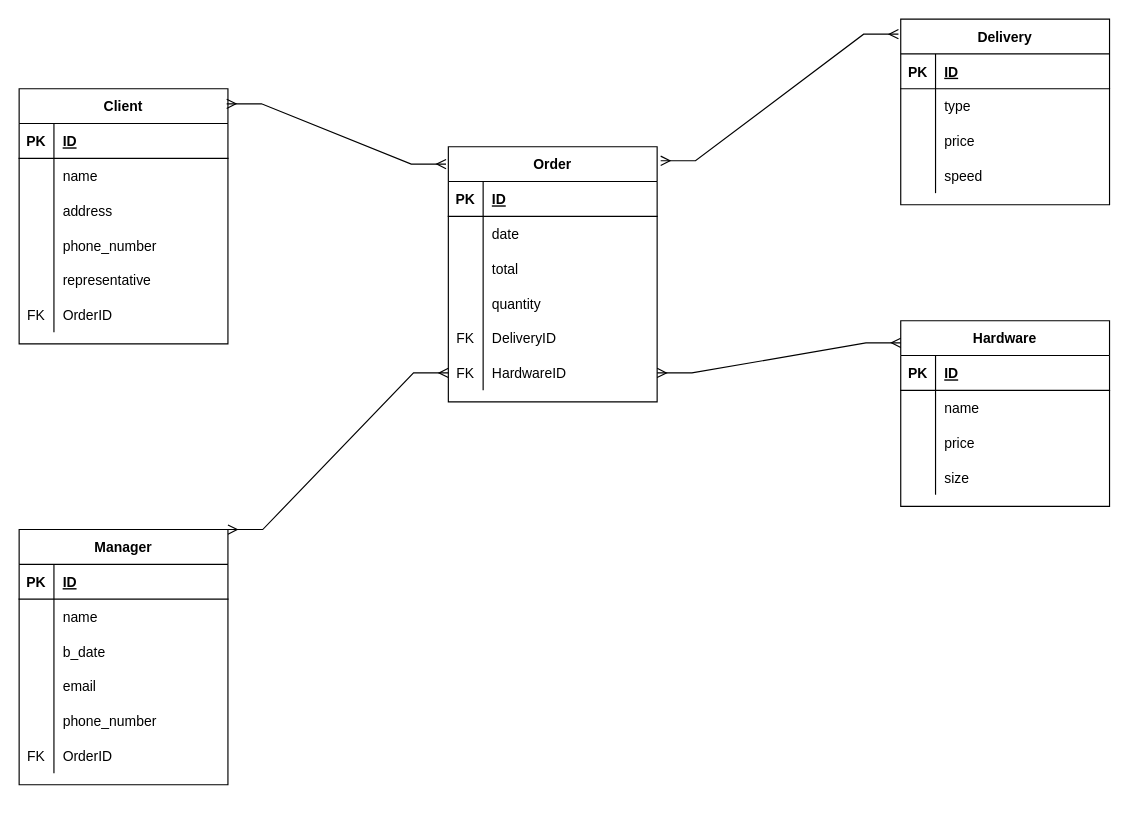
Above: page "ERD" (6 of 7) of exam/1/task1.drawio in StudOborona/PISSummer2022 (draw.io), before the change. Source tidied: cells renumbered, new cells numbered last; positions are measured from the earlier drawing's top-left corner, leaving out a move shared by most shapes. Both pictures are drawn from the tidied source at 116%, with x=0, y=0 at pixel (19, 19).
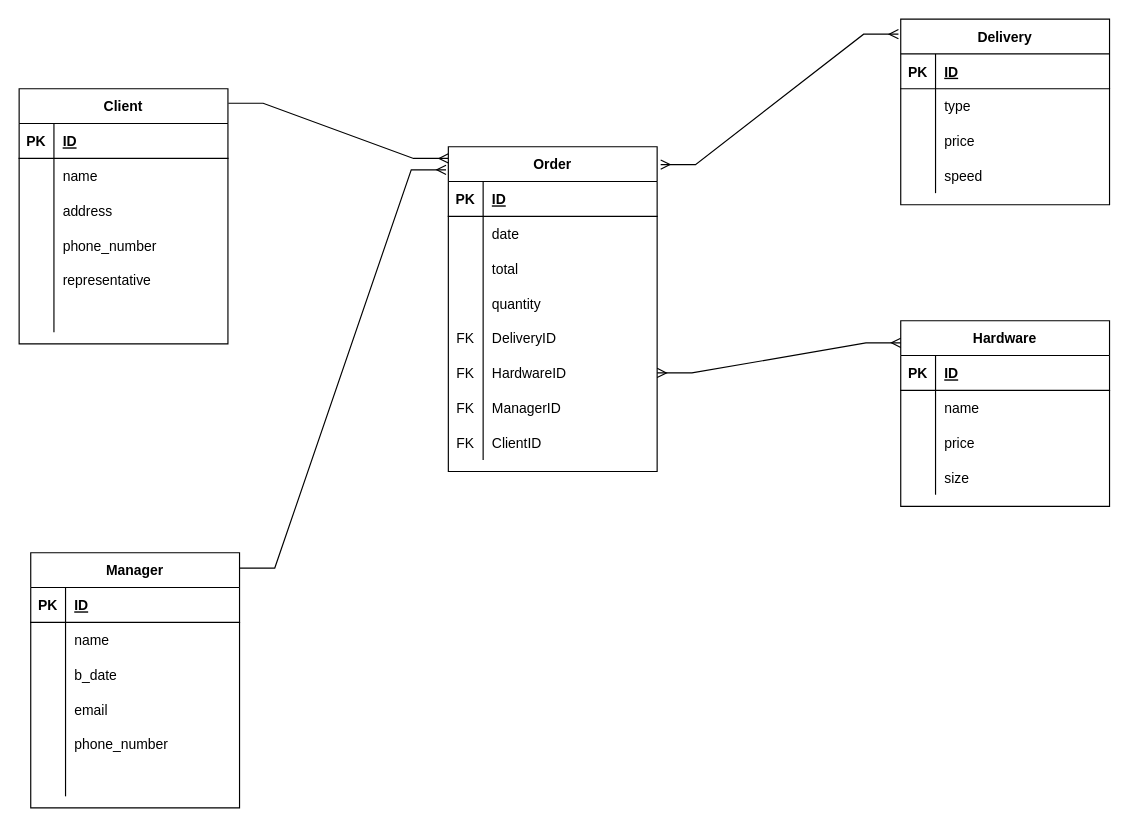
The same page after the edit.

The change refers to these unchanged cells:
```xml
<mxCell id="2" value="Client" style="shape=table;startSize=30;childLayout=tableLayout;rowLines=0;fontStyle=1;align=center;" parent="1" vertex="1">
  <mxGeometry y="60" width="180" height="220" as="geometry" />
</mxCell>
<mxCell id="18" style="shape=tableRow;horizontal=0;startSize=0;swimlaneHead=0;swimlaneBody=0;fillColor=none;top=0;left=0;right=0;bottom=0;" parent="2" vertex="1">
  <mxGeometry y="180" width="180" height="30" as="geometry" />
</mxCell>
<mxCell id="37" style="shape=tableRow;horizontal=0;startSize=0;swimlaneHead=0;swimlaneBody=0;fillColor=none;points=[[0,0.5],[1,0.5]];portConstraint=eastwest;top=0;left=0;right=0;bottom=0;" parent="21" vertex="1">
  <mxGeometry y="180" width="180" height="30" as="geometry" />
</mxCell>
<mxCell id="69" style="shape=tableRow;horizontal=0;startSize=0;swimlaneHead=0;swimlaneBody=0;fillColor=none;top=0;left=0;right=0;bottom=0;" parent="53" vertex="1">
  <mxGeometry y="180" width="180" height="30" as="geometry" />
</mxCell>
```

Change to the diagram source:
```diff
@@
-    <mxCell id="19" value="FK" style="shape=partialRectangle;fillColor=none;top=0;left=0;bottom=0;right=0;fontStyle=0;overflow=hidden;" parent="18" vertex="1">
+    <mxCell id="19" style="shape=partialRectangle;fillColor=none;top=0;left=0;bottom=0;right=0;fontStyle=0;overflow=hidden;" parent="18" vertex="1">
       <mxGeometry width="30" height="30" as="geometry" />
     </mxCell>
-    <mxCell id="20" value="OrderID" style="shape=partialRectangle;fillColor=none;top=0;left=0;bottom=0;right=0;align=left;spacingLeft=6;fontStyle=0;overflow=hidden;" parent="18" vertex="1">
+    <mxCell id="20" style="shape=partialRectangle;fillColor=none;top=0;left=0;bottom=0;right=0;align=left;spacingLeft=6;fontStyle=0;overflow=hidden;" parent="18" vertex="1">
       <mxGeometry x="30" width="150" height="30" as="geometry" />
     </mxCell>
     <mxCell id="21" value="Order" style="shape=table;startSize=30;childLayout=tableLayout;rowLines=0;fontStyle=1;align=center;" parent="1" vertex="1">
-      <mxGeometry x="370" y="110" width="180" height="220" as="geometry" />
+      <mxGeometry x="370" y="110" width="180" height="280" as="geometry" />
     </mxCell>
@@
+    <mxCell id="89" style="shape=tableRow;horizontal=0;startSize=0;swimlaneHead=0;swimlaneBody=0;fillColor=none;top=0;left=0;right=0;bottom=0;" parent="21" vertex="1">
+      <mxGeometry y="210" width="180" height="30" as="geometry" />
+    </mxCell>
+    <mxCell id="90" value="FK" style="shape=partialRectangle;fillColor=none;top=0;left=0;bottom=0;right=0;fontStyle=0;overflow=hidden;" parent="89" vertex="1">
+      <mxGeometry width="30" height="30" as="geometry" />
+    </mxCell>
+    <mxCell id="91" value="ManagerID" style="shape=partialRectangle;fillColor=none;top=0;left=0;bottom=0;right=0;align=left;spacingLeft=6;fontStyle=0;overflow=hidden;" parent="89" vertex="1">
+      <mxGeometry x="30" width="150" height="30" as="geometry" />
+    </mxCell>
+    <mxCell id="92" style="shape=tableRow;horizontal=0;startSize=0;swimlaneHead=0;swimlaneBody=0;fillColor=none;top=0;left=0;right=0;bottom=0;" parent="21" vertex="1">
+      <mxGeometry y="240" width="180" height="30" as="geometry" />
+    </mxCell>
+    <mxCell id="93" value="FK" style="shape=partialRectangle;fillColor=none;top=0;left=0;bottom=0;right=0;fontStyle=0;overflow=hidden;" parent="92" vertex="1">
+      <mxGeometry width="30" height="30" as="geometry" />
+    </mxCell>
+    <mxCell id="94" value="ClientID" style="shape=partialRectangle;fillColor=none;top=0;left=0;bottom=0;right=0;align=left;spacingLeft=6;fontStyle=0;overflow=hidden;" parent="92" vertex="1">
+      <mxGeometry x="30" width="150" height="30" as="geometry" />
+    </mxCell>
@@
     <mxCell id="53" value="Manager" style="shape=table;startSize=30;childLayout=tableLayout;rowLines=0;fontStyle=1;align=center;" parent="1" vertex="1">
-      <mxGeometry y="440" width="180" height="220" as="geometry" />
+      <mxGeometry x="10" y="460" width="180" height="220" as="geometry" />
     </mxCell>
@@
-    <mxCell id="70" value="FK" style="shape=partialRectangle;fillColor=none;top=0;left=0;bottom=0;right=0;fontStyle=0;overflow=hidden;" parent="69" vertex="1">
+    <mxCell id="70" style="shape=partialRectangle;fillColor=none;top=0;left=0;bottom=0;right=0;fontStyle=0;overflow=hidden;" parent="69" vertex="1">
       <mxGeometry width="30" height="30" as="geometry" />
     </mxCell>
-    <mxCell id="71" value="OrderID" style="shape=partialRectangle;fillColor=none;top=0;left=0;bottom=0;right=0;align=left;spacingLeft=6;fontStyle=0;overflow=hidden;" parent="69" vertex="1">
+    <mxCell id="71" style="shape=partialRectangle;fillColor=none;top=0;left=0;bottom=0;right=0;align=left;spacingLeft=6;fontStyle=0;overflow=hidden;" parent="69" vertex="1">
       <mxGeometry x="30" width="150" height="30" as="geometry" />
     </mxCell>
@@
-    <mxCell id="87" style="edgeStyle=entityRelationEdgeStyle;fontSize=12;html=1;endArrow=ERmany;startArrow=ERmany;rounded=0;exitX=0;exitY=0.5;exitDx=0;exitDy=0;entryX=1;entryY=0;entryDx=0;entryDy=0;" parent="1" edge="1" source="37" target="53">
-      <mxGeometry relative="1" as="geometry" />
-    </mxCell>
-    <mxCell id="88" style="edgeStyle=entityRelationEdgeStyle;fontSize=12;html=1;endArrow=ERmany;startArrow=ERmany;rounded=0;exitX=0.994;exitY=0.059;exitDx=0;exitDy=0;exitPerimeter=0;entryX=-0.011;entryY=0.068;entryDx=0;entryDy=0;entryPerimeter=0;" parent="1" edge="1" source="2" target="21">
+    <mxCell id="88" style="edgeStyle=entityRelationEdgeStyle;fontSize=12;html=1;endArrow=ERmany;rounded=0;entryX=0;entryY=0.036;entryDx=0;entryDy=0;entryPerimeter=0;exitX=1.002;exitY=0.057;exitDx=0;exitDy=0;exitPerimeter=0;" parent="1" edge="1" source="2" target="21">
       <mxGeometry relative="1" as="geometry" />
     </mxCell>
+    <mxCell id="95" style="edgeStyle=entityRelationEdgeStyle;fontSize=12;html=1;endArrow=ERmany;rounded=0;entryX=-0.011;entryY=0.071;entryDx=0;entryDy=0;entryPerimeter=0;exitX=1.002;exitY=0.06;exitDx=0;exitDy=0;exitPerimeter=0;" parent="1" edge="1" source="53" target="21">
+      <mxGeometry relative="1" as="geometry" />
+    </mxCell>
```
